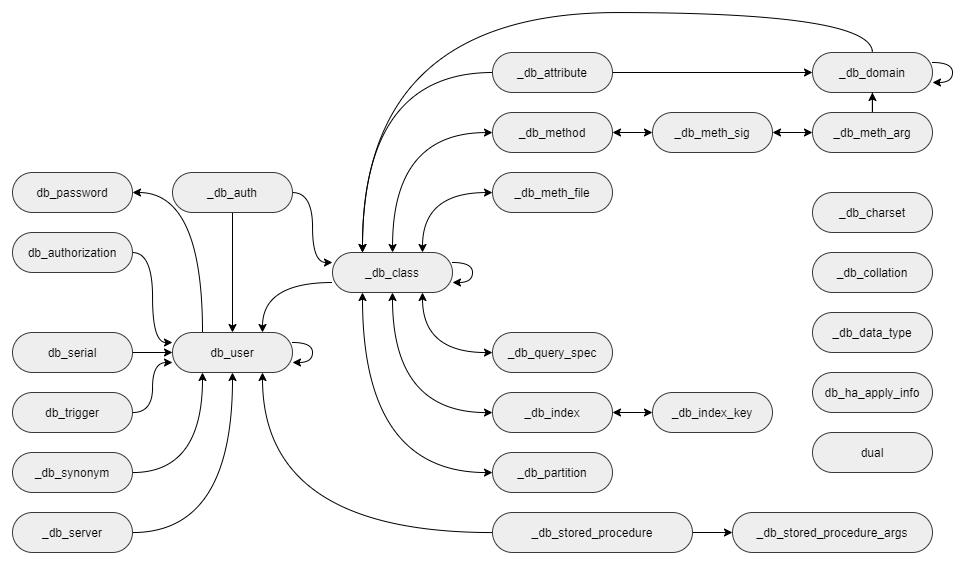
CUBRID/cubrid-manual keeps this draw.io diagram as ko/images/image9.png. Above is the earlier version. Source tidied: cells renumbered, new cells last; positions are measured from the earlier drawing's top-left corner, leaving out a move shared by most shapes.
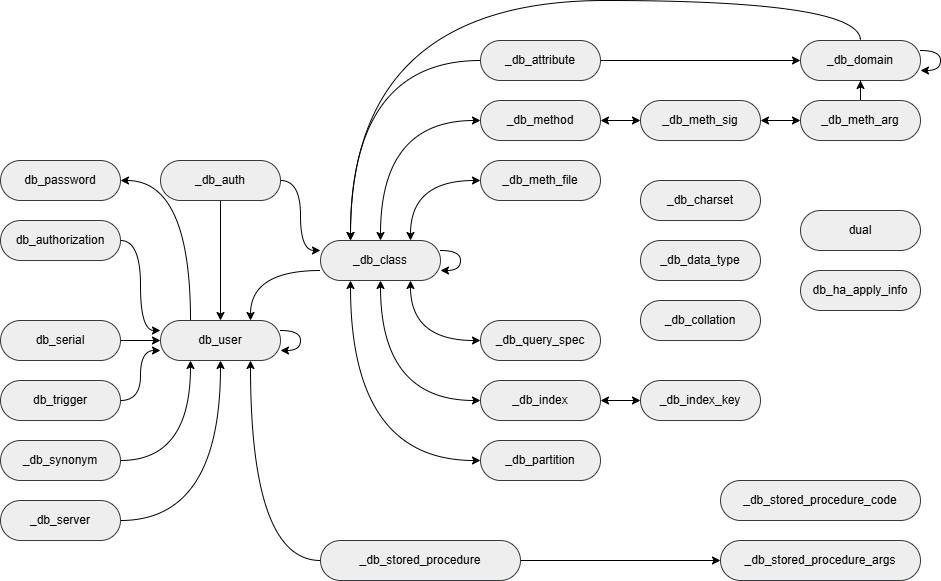
The same file after the commit.

Commit message:
revise catalog's figure

The edit, as a diff of the source:
```diff
@@ -29,10 +29,10 @@
       <mxGeometry x="800" y="40" width="120" height="40" as="geometry" />
     </mxCell>
     <mxCell id="9" value="_db_charset" style="rounded=1;whiteSpace=wrap;html=1;strokeWidth=1;arcSize=50;fillColor=#eeeeee;strokeColor=#36393d;" parent="1" vertex="1">
-      <mxGeometry x="800" y="180" width="120" height="40" as="geometry" />
+      <mxGeometry x="640" y="180" width="120" height="40" as="geometry" />
     </mxCell>
     <mxCell id="10" value="_db_collation" style="rounded=1;whiteSpace=wrap;html=1;strokeWidth=1;arcSize=50;fillColor=#eeeeee;strokeColor=#36393d;" parent="1" vertex="1">
-      <mxGeometry x="800" y="240" width="120" height="40" as="geometry" />
+      <mxGeometry x="640" y="300" width="120" height="40" as="geometry" />
     </mxCell>
     <mxCell id="11" style="edgeStyle=orthogonalEdgeStyle;rounded=0;jettySize=auto;html=1;startArrow=none;startFill=0;" parent="1" edge="1" source="12" target="8">
       <mxGeometry relative="1" as="geometry" />
@@ -74,7 +74,7 @@
       <mxGeometry x="160" y="160" width="120" height="40" as="geometry" />
     </mxCell>
     <mxCell id="24" value="_db_data_type" style="rounded=1;whiteSpace=wrap;html=1;strokeWidth=1;arcSize=50;fillColor=#eeeeee;strokeColor=#36393d;" parent="1" vertex="1">
-      <mxGeometry x="800" y="300" width="120" height="40" as="geometry" />
+      <mxGeometry x="640" y="240" width="120" height="40" as="geometry" />
     </mxCell>
     <mxCell id="25" style="edgeStyle=orthogonalEdgeStyle;curved=1;rounded=0;jettySize=auto;html=1;entryX=0.25;entryY=1;entryDx=0;entryDy=0;startArrow=classic;startFill=1;" parent="1" edge="1" source="26" target="3">
       <mxGeometry relative="1" as="geometry" />
@@ -95,10 +95,10 @@
       <mxGeometry relative="1" as="geometry" />
     </mxCell>
     <mxCell id="31" value="_db_stored_procedure" style="rounded=1;whiteSpace=wrap;html=1;strokeWidth=1;arcSize=50;fillColor=#eeeeee;strokeColor=#36393d;" parent="1" vertex="1">
-      <mxGeometry x="480" y="500" width="200" height="40" as="geometry" />
+      <mxGeometry x="320" y="540" width="200" height="40" as="geometry" />
     </mxCell>
     <mxCell id="32" value="_db_stored_procedure_args" style="rounded=1;whiteSpace=wrap;html=1;strokeWidth=1;arcSize=50;fillColor=#eeeeee;strokeColor=#36393d;" parent="1" vertex="1">
-      <mxGeometry x="720" y="500" width="200" height="40" as="geometry" />
+      <mxGeometry x="720" y="540" width="200" height="40" as="geometry" />
     </mxCell>
     <mxCell id="33" style="edgeStyle=orthogonalEdgeStyle;curved=1;rounded=0;jettySize=auto;html=1;entryX=0.25;entryY=1;entryDx=0;entryDy=0;startArrow=none;startFill=0;" parent="1" edge="1" source="34" target="49">
       <mxGeometry relative="1" as="geometry" />
@@ -119,10 +119,10 @@
       <mxGeometry y="380" width="120" height="40" as="geometry" />
     </mxCell>
     <mxCell id="39" value="db_ha_apply_info" style="rounded=1;whiteSpace=wrap;html=1;strokeWidth=1;arcSize=50;fillColor=#eeeeee;strokeColor=#36393d;" parent="1" vertex="1">
-      <mxGeometry x="800" y="360" width="120" height="40" as="geometry" />
+      <mxGeometry x="800" y="270" width="120" height="40" as="geometry" />
     </mxCell>
     <mxCell id="40" value="dual" style="rounded=1;whiteSpace=wrap;html=1;strokeWidth=1;arcSize=50;fillColor=#eeeeee;strokeColor=#36393d;" parent="1" vertex="1">
-      <mxGeometry x="800" y="420" width="120" height="40" as="geometry" />
+      <mxGeometry x="800" y="210" width="120" height="40" as="geometry" />
     </mxCell>
     <mxCell id="41" style="edgeStyle=orthogonalEdgeStyle;rounded=0;orthogonalLoop=1;jettySize=auto;html=1;startArrow=none;startFill=0;curved=1;" parent="1" edge="1" source="8" target="8">
       <mxGeometry relative="1" as="geometry" />
@@ -163,5 +163,8 @@
     <mxCell id="53" style="edgeStyle=orthogonalEdgeStyle;curved=1;rounded=0;orthogonalLoop=1;jettySize=auto;html=1;startArrow=none;startFill=0;" parent="1" edge="1" source="49" target="49">
       <mxGeometry relative="1" as="geometry" />
     </mxCell>
+    <mxCell id="54" value="_db_stored_procedure_code" style="rounded=1;whiteSpace=wrap;html=1;strokeWidth=1;arcSize=50;fillColor=#eeeeee;strokeColor=#36393d;" parent="1" vertex="1">
+      <mxGeometry x="720" y="480" width="200" height="40" as="geometry" />
+    </mxCell>
   </root>
 </mxGraphModel>
```
